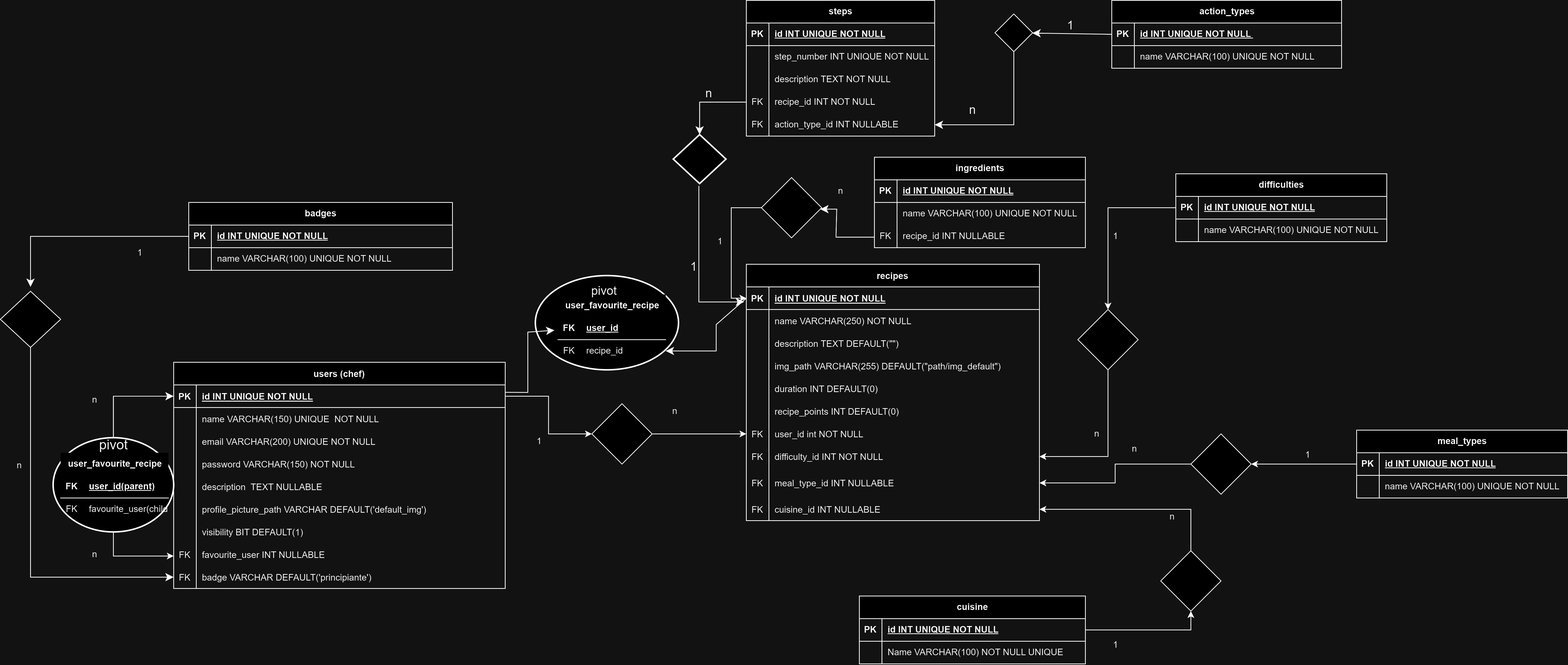
Above: MyHomeChefER.png in leonardoserra/my_home_chef (draw.io), before the change. Source tidied: cells renumbered, new cells last; positions are measured from the earlier drawing's top-left corner, leaving out a move shared by most shapes.
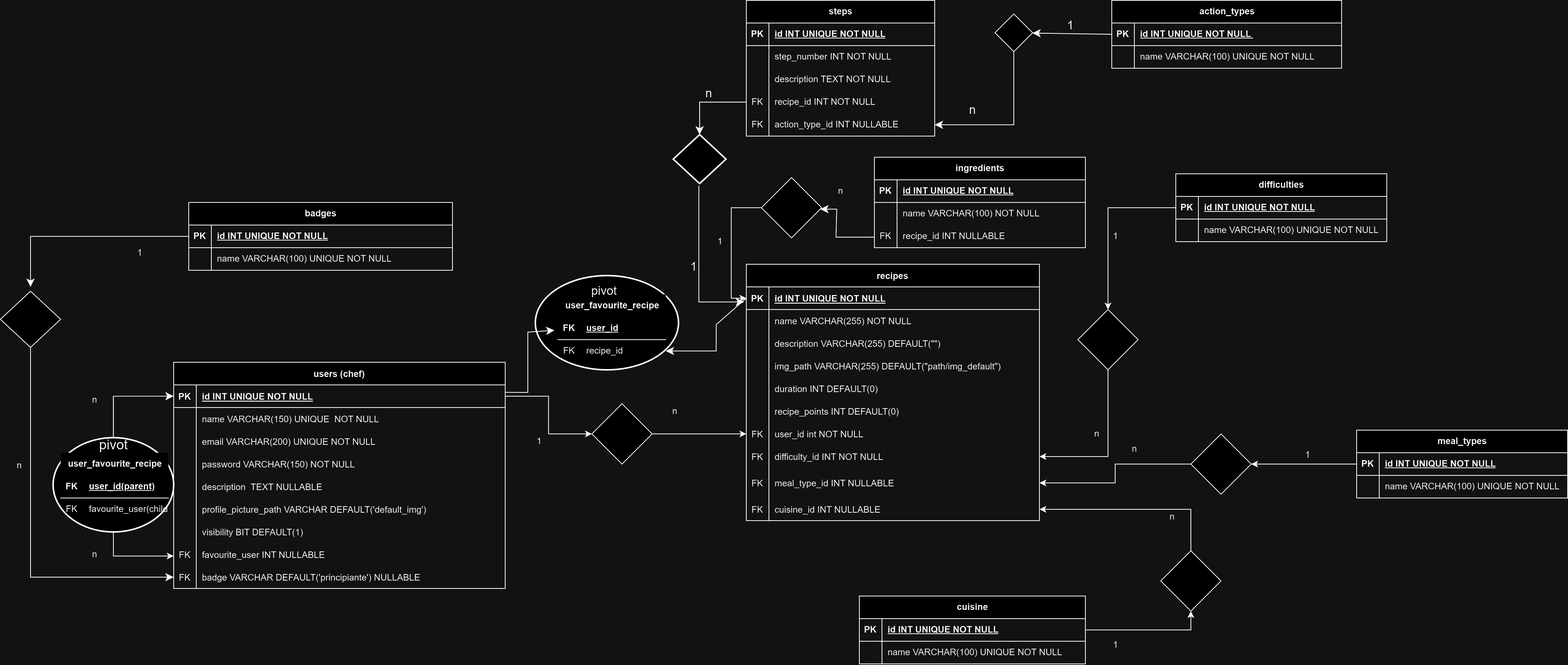
Above is the later version.

What changed in the source:
```diff
@@ -20,7 +20,7 @@
     <mxCell id="7" style="shape=partialRectangle;overflow=hidden;fillColor=none;top=0;left=0;bottom=0;right=0;" parent="6" vertex="1">
       <mxGeometry width="30" height="30" as="geometry" />
     </mxCell>
-    <mxCell id="8" value="name VARCHAR(250) NOT NULL" style="shape=partialRectangle;overflow=hidden;fillColor=none;top=0;left=0;bottom=0;right=0;align=left;spacingLeft=6;" parent="6" vertex="1">
+    <mxCell id="8" value="name VARCHAR(255) NOT NULL" style="shape=partialRectangle;overflow=hidden;fillColor=none;top=0;left=0;bottom=0;right=0;align=left;spacingLeft=6;" parent="6" vertex="1">
       <mxGeometry x="30" width="359" height="30" as="geometry" />
     </mxCell>
     <mxCell id="9" style="shape=partialRectangle;fillColor=none;top=0;left=0;right=0;bottom=0;" parent="2" vertex="1">
@@ -29,7 +29,7 @@
     <mxCell id="10" style="shape=partialRectangle;overflow=hidden;fillColor=none;top=0;left=0;bottom=0;right=0;" parent="9" vertex="1">
       <mxGeometry width="30" height="30" as="geometry" />
     </mxCell>
-    <mxCell id="11" value="description TEXT DEFAULT(&quot;&quot;)" style="shape=partialRectangle;overflow=hidden;fillColor=none;top=0;left=0;bottom=0;right=0;align=left;spacingLeft=6;" parent="9" vertex="1">
+    <mxCell id="11" value="description VARCHAR(255) DEFAULT(&quot;&quot;)" style="shape=partialRectangle;overflow=hidden;fillColor=none;top=0;left=0;bottom=0;right=0;align=left;spacingLeft=6;" parent="9" vertex="1">
       <mxGeometry x="30" width="359" height="30" as="geometry" />
     </mxCell>
     <mxCell id="12" style="shape=partialRectangle;fillColor=none;top=0;left=0;right=0;bottom=0;" parent="2" vertex="1">
@@ -179,7 +179,7 @@
     <mxCell id="60" value="FK" style="shape=partialRectangle;overflow=hidden;fillColor=none;top=0;left=0;bottom=0;right=0;" parent="59" vertex="1">
       <mxGeometry width="30" height="30" as="geometry" />
     </mxCell>
-    <mxCell id="61" value="badge VARCHAR DEFAULT('principiante')" style="shape=partialRectangle;overflow=hidden;fillColor=none;top=0;left=0;bottom=0;right=0;align=left;spacingLeft=6;" parent="59" vertex="1">
+    <mxCell id="61" value="badge VARCHAR DEFAULT('principiante') NULLABLE" style="shape=partialRectangle;overflow=hidden;fillColor=none;top=0;left=0;bottom=0;right=0;align=left;spacingLeft=6;" parent="59" vertex="1">
       <mxGeometry x="30" width="410" height="30" as="geometry" />
     </mxCell>
     <mxCell id="62" value="ingredients" style="shape=table;startSize=30;rowLines=0;fontStyle=1;align=center;html=1;" parent="1" vertex="1">
@@ -200,7 +200,7 @@
     <mxCell id="67" style="shape=partialRectangle;fillColor=none;top=0;left=0;bottom=0;right=0;overflow=hidden;whiteSpace=wrap;html=1;" parent="66" vertex="1">
       <mxGeometry width="30" height="30" as="geometry" />
     </mxCell>
-    <mxCell id="68" value="name VARCHAR(100) UNIQUE NOT NULL" style="shape=partialRectangle;fillColor=none;top=0;left=0;bottom=0;right=0;align=left;spacingLeft=6;overflow=hidden;whiteSpace=wrap;html=1;" parent="66" vertex="1">
+    <mxCell id="68" value="name VARCHAR(100) NOT NULL" style="shape=partialRectangle;fillColor=none;top=0;left=0;bottom=0;right=0;align=left;spacingLeft=6;overflow=hidden;whiteSpace=wrap;html=1;" parent="66" vertex="1">
       <mxGeometry x="30" width="250" height="30" as="geometry" />
     </mxCell>
     <mxCell id="69" style="shape=tableRow;horizontal=0;startSize=0;swimlaneHead=0;swimlaneBody=0;fillColor=none;top=0;left=0;right=0;bottom=0;" parent="62" vertex="1">
@@ -248,7 +248,7 @@
     <mxCell id="81" style="shape=partialRectangle;fillColor=none;top=0;left=0;bottom=0;right=0;overflow=hidden;whiteSpace=wrap;html=1;" parent="80" vertex="1">
       <mxGeometry width="30" height="30" as="geometry" />
     </mxCell>
-    <mxCell id="82" value="Name VARCHAR(100) NOT NULL UNIQUE" style="shape=partialRectangle;fillColor=none;top=0;left=0;bottom=0;right=0;align=left;spacingLeft=6;overflow=hidden;whiteSpace=wrap;html=1;" parent="80" vertex="1">
+    <mxCell id="82" value="name VARCHAR(100) UNIQUE NOT NULL" style="shape=partialRectangle;fillColor=none;top=0;left=0;bottom=0;right=0;align=left;spacingLeft=6;overflow=hidden;whiteSpace=wrap;html=1;" parent="80" vertex="1">
       <mxGeometry x="30" width="270" height="30" as="geometry" />
     </mxCell>
     <mxCell id="83" value="meal_types" style="shape=table;startSize=30;rowLines=0;fontStyle=1;align=center;html=1;" parent="1" vertex="1">
@@ -460,7 +460,7 @@
     <mxCell id="141" style="shape=partialRectangle;fillColor=none;top=0;left=0;bottom=0;right=0;overflow=hidden;whiteSpace=wrap;html=1;fontSize=12;" parent="140" vertex="1">
       <mxGeometry width="30" height="30" as="geometry" />
     </mxCell>
-    <mxCell id="142" value="step_number INT UNIQUE NOT NULL" style="shape=partialRectangle;fillColor=none;top=0;left=0;bottom=0;right=0;align=left;spacingLeft=6;overflow=hidden;whiteSpace=wrap;html=1;fontSize=12;" parent="140" vertex="1">
+    <mxCell id="142" value="step_number INT NOT NULL" style="shape=partialRectangle;fillColor=none;top=0;left=0;bottom=0;right=0;align=left;spacingLeft=6;overflow=hidden;whiteSpace=wrap;html=1;fontSize=12;" parent="140" vertex="1">
       <mxGeometry x="30" width="220" height="30" as="geometry" />
     </mxCell>
     <mxCell id="143" style="shape=tableRow;horizontal=0;startSize=0;swimlaneHead=0;swimlaneBody=0;fillColor=none;top=0;left=0;right=0;bottom=0;fontSize=12;" parent="136" vertex="1">
```
